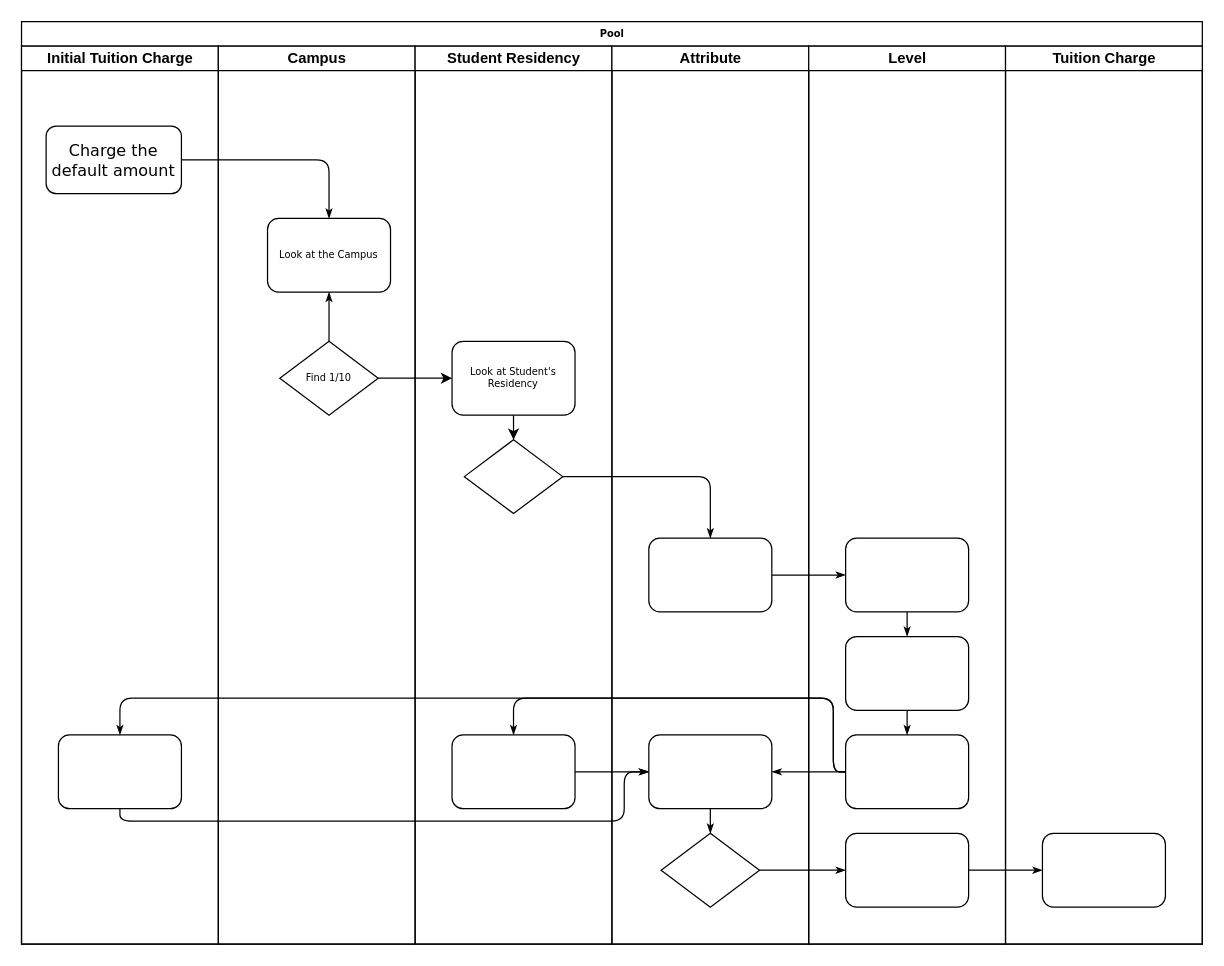
Before: Diagrams/Tuition Fees FlowChart.drawio in JoshuaKosakowsky/FRCC_jk, a draw.io diagram. Source tidied: cells renumbered, new cells numbered last; positions are measured from the earlier drawing's top-left corner, leaving out a move shared by most shapes. Both pictures are drawn from the tidied source at 123%, with x=0, y=0 at pixel (21, 21).
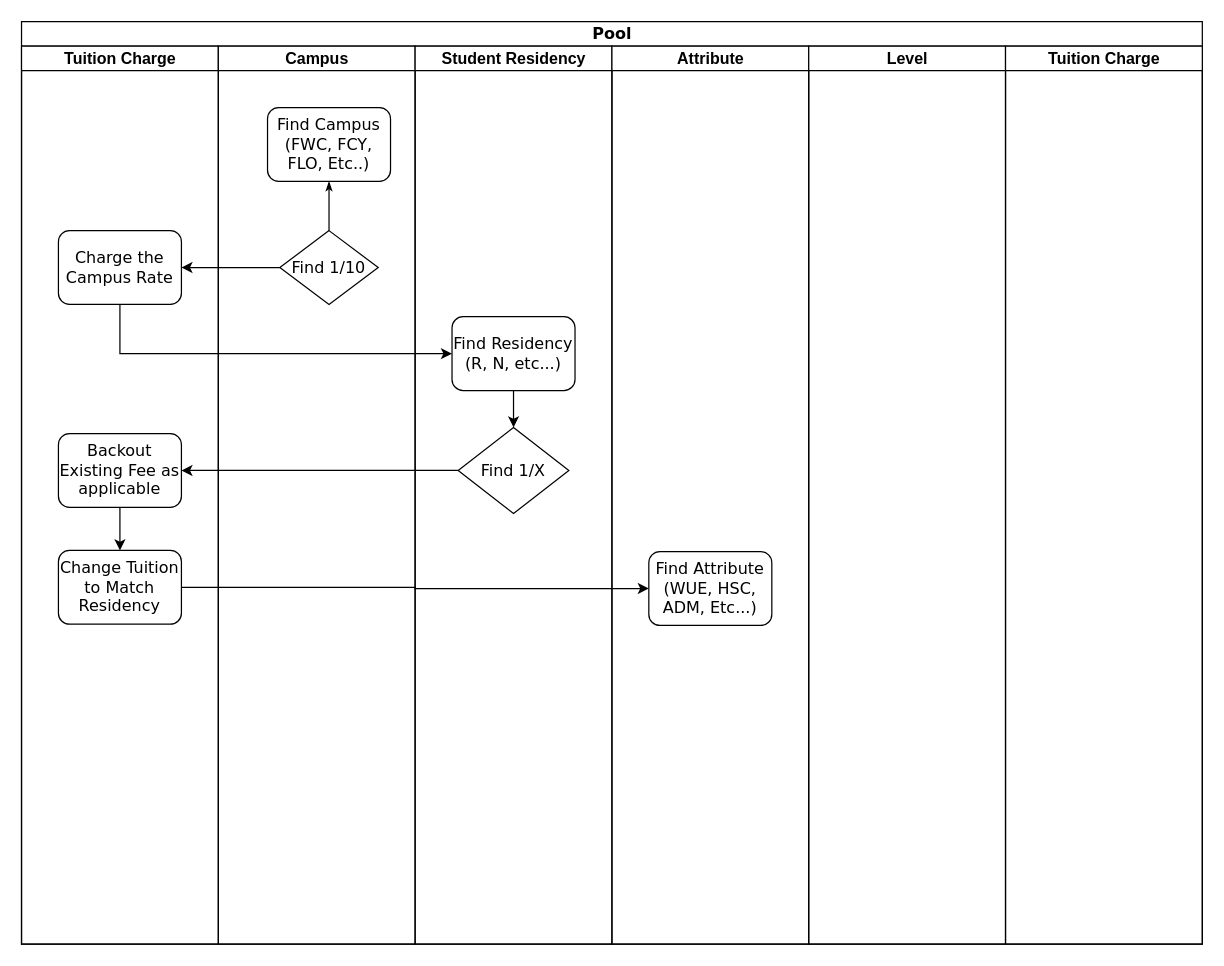
After the change.

Change to the diagram source:
```diff
@@
-    <mxCell id="2" value="Pool" style="swimlane;html=1;startSize=20;rounded=0;shadow=0;labelBackgroundColor=none;strokeWidth=1;fontFamily=Verdana;fontSize=8;align=center;" parent="1" vertex="1">
+    <mxCell id="2" value="Pool" style="swimlane;html=1;startSize=20;rounded=0;shadow=0;labelBackgroundColor=none;strokeWidth=1;fontFamily=Verdana;fontSize=13;align=center;" parent="1" vertex="1">
       <mxGeometry width="960" height="750" as="geometry" />
     </mxCell>
-    <mxCell id="3" value="Initial Tuition Charge" style="swimlane;html=1;startSize=20;" parent="2" vertex="1">
+    <mxCell id="3" value="Tuition Charge" style="swimlane;html=1;startSize=20;fontSize=13;" parent="2" vertex="1">
       <mxGeometry y="20" width="160" height="730" as="geometry" />
     </mxCell>
-    <mxCell id="4" value="&lt;font style=&quot;font-size: 13px;&quot;&gt;Charge the default amount&lt;/font&gt;" style="rounded=1;whiteSpace=wrap;html=1;shadow=0;labelBackgroundColor=none;strokeWidth=1;fontFamily=Verdana;fontSize=8;align=center;" parent="3" vertex="1">
-      <mxGeometry x="20" y="65" width="110" height="55" as="geometry" />
-    </mxCell>
-    <mxCell id="5" style="rounded=1;whiteSpace=wrap;html=1;shadow=0;labelBackgroundColor=none;strokeWidth=1;fontFamily=Verdana;fontSize=8;align=center;" parent="3" vertex="1">
-      <mxGeometry x="30" y="560" width="100" height="60" as="geometry" />
-    </mxCell>
-    <mxCell id="6" style="edgeStyle=orthogonalEdgeStyle;rounded=1;html=1;labelBackgroundColor=none;startArrow=none;startFill=0;startSize=5;endArrow=classicThin;endFill=1;endSize=5;jettySize=auto;strokeWidth=1;fontFamily=Verdana;fontSize=8;" parent="2" edge="1" source="26" target="32">
-      <mxGeometry relative="1" as="geometry" />
-    </mxCell>
-    <mxCell id="7" style="edgeStyle=orthogonalEdgeStyle;rounded=1;html=1;labelBackgroundColor=none;startArrow=none;startFill=0;startSize=5;endArrow=classicThin;endFill=1;endSize=5;jettySize=auto;strokeWidth=1;fontFamily=Verdana;fontSize=8;" parent="2" edge="1" source="32" target="36">
-      <mxGeometry relative="1" as="geometry" />
-    </mxCell>
-    <mxCell id="8" style="edgeStyle=orthogonalEdgeStyle;rounded=1;html=1;labelBackgroundColor=none;startArrow=none;startFill=0;startSize=5;endArrow=classicThin;endFill=1;endSize=5;jettySize=auto;strokeWidth=1;fontFamily=Verdana;fontSize=8;" parent="2" edge="1" source="24" target="29">
-      <mxGeometry relative="1" as="geometry" />
-    </mxCell>
-    <mxCell id="9" style="edgeStyle=orthogonalEdgeStyle;rounded=1;html=1;labelBackgroundColor=none;startArrow=none;startFill=0;startSize=5;endArrow=classicThin;endFill=1;endSize=5;jettySize=auto;strokeWidth=1;fontFamily=Verdana;fontSize=8;" parent="2" edge="1" source="31" target="21">
-      <mxGeometry relative="1" as="geometry">
-        <Array as="points">
-          <mxPoint x="660" y="610" />
-          <mxPoint x="660" y="550" />
-          <mxPoint x="400" y="550" />
-        </Array>
-      </mxGeometry>
-    </mxCell>
-    <mxCell id="10" style="edgeStyle=orthogonalEdgeStyle;rounded=1;html=1;labelBackgroundColor=none;startArrow=none;startFill=0;startSize=5;endArrow=classicThin;endFill=1;endSize=5;jettySize=auto;strokeColor=#000000;strokeWidth=1;fontFamily=Verdana;fontSize=8;fontColor=#000000;" parent="2" edge="1" source="31" target="25">
-      <mxGeometry relative="1" as="geometry" />
-    </mxCell>
-    <mxCell id="11" style="edgeStyle=orthogonalEdgeStyle;rounded=1;html=1;labelBackgroundColor=none;startArrow=none;startFill=0;startSize=5;endArrow=classicThin;endFill=1;endSize=5;jettySize=auto;strokeWidth=1;fontFamily=Verdana;fontSize=8;" parent="2" edge="1" source="31" target="5">
-      <mxGeometry relative="1" as="geometry">
-        <Array as="points">
-          <mxPoint x="660" y="610" />
-          <mxPoint x="660" y="550" />
-          <mxPoint x="80" y="550" />
-        </Array>
-      </mxGeometry>
-    </mxCell>
-    <mxCell id="12" style="edgeStyle=orthogonalEdgeStyle;rounded=1;html=1;labelBackgroundColor=none;startArrow=none;startFill=0;startSize=5;endArrow=classicThin;endFill=1;endSize=5;jettySize=auto;strokeWidth=1;fontFamily=Verdana;fontSize=8;" parent="2" edge="1" source="5" target="25">
-      <mxGeometry relative="1" as="geometry">
-        <Array as="points">
-          <mxPoint x="80" y="650" />
-          <mxPoint x="490" y="650" />
-          <mxPoint x="490" y="610" />
-        </Array>
-      </mxGeometry>
-    </mxCell>
-    <mxCell id="13" style="edgeStyle=orthogonalEdgeStyle;rounded=1;html=1;labelBackgroundColor=none;startArrow=none;startFill=0;startSize=5;endArrow=classicThin;endFill=1;endSize=5;jettySize=auto;strokeWidth=1;fontFamily=Verdana;fontSize=8;" parent="2" edge="1" source="21" target="25">
-      <mxGeometry relative="1" as="geometry" />
-    </mxCell>
+    <mxCell id="40" value="Charge the Campus Rate" style="rounded=1;whiteSpace=wrap;html=1;shadow=0;labelBackgroundColor=none;strokeWidth=1;fontFamily=Verdana;fontSize=13;align=center;" parent="3" vertex="1">
+      <mxGeometry x="30" y="150" width="100" height="60" as="geometry" />
+    </mxCell>
+    <mxCell id="41" style="edgeStyle=orthogonalEdgeStyle;rounded=0;jettySize=auto;html=1;entryX=0.5;entryY=0;entryDx=0;entryDy=0;" parent="3" edge="1" source="24" target="42">
+      <mxGeometry relative="1" as="geometry" />
+    </mxCell>
+    <mxCell id="24" value="Backout Existing Fee as applicable" style="rounded=1;whiteSpace=wrap;html=1;shadow=0;labelBackgroundColor=none;strokeWidth=1;fontFamily=Verdana;fontSize=13;align=center;" parent="3" vertex="1">
+      <mxGeometry x="30" y="315" width="100" height="60" as="geometry" />
+    </mxCell>
+    <mxCell id="42" value="Change Tuition to Match Residency" style="rounded=1;whiteSpace=wrap;html=1;shadow=0;labelBackgroundColor=none;strokeWidth=1;fontFamily=Verdana;fontSize=13;align=center;" parent="3" vertex="1">
+      <mxGeometry x="30" y="410" width="100" height="60" as="geometry" />
+    </mxCell>
-    <mxCell id="14" value="Campus" style="swimlane;html=1;startSize=20;" parent="2" vertex="1">
+    <mxCell id="14" value="Campus" style="swimlane;html=1;startSize=20;fontSize=13;" parent="2" vertex="1">
       <mxGeometry x="160" y="20" width="160" height="730" as="geometry" />
     </mxCell>
-    <mxCell id="15" value="Look at the Campus" style="rounded=1;whiteSpace=wrap;html=1;shadow=0;labelBackgroundColor=none;strokeWidth=1;fontFamily=Verdana;fontSize=8;align=center;" parent="14" vertex="1">
-      <mxGeometry x="40" y="140" width="100" height="60" as="geometry" />
+    <mxCell id="15" value="Find Campus&lt;div&gt;(FWC, FCY, FLO, Etc..)&lt;/div&gt;" style="rounded=1;whiteSpace=wrap;html=1;shadow=0;labelBackgroundColor=none;strokeWidth=1;fontFamily=Verdana;fontSize=13;align=center;" parent="14" vertex="1">
+      <mxGeometry x="40" y="50" width="100" height="60" as="geometry" />
     </mxCell>
-    <mxCell id="16" value="Find 1/10" style="rhombus;whiteSpace=wrap;html=1;rounded=0;shadow=0;labelBackgroundColor=none;strokeWidth=1;fontFamily=Verdana;fontSize=8;align=center;" parent="14" vertex="1">
-      <mxGeometry x="50" y="240" width="80" height="60" as="geometry" />
+    <mxCell id="16" value="&lt;font&gt;Find 1/10&lt;/font&gt;" style="rhombus;whiteSpace=wrap;html=1;rounded=0;shadow=0;labelBackgroundColor=none;strokeWidth=1;fontFamily=Verdana;fontSize=13;align=center;" parent="14" vertex="1">
+      <mxGeometry x="50" y="150" width="80" height="60" as="geometry" />
     </mxCell>
-    <mxCell id="17" style="edgeStyle=orthogonalEdgeStyle;rounded=1;html=1;labelBackgroundColor=none;startArrow=none;startFill=0;startSize=5;endArrow=classicThin;endFill=1;endSize=5;jettySize=auto;strokeWidth=1;fontFamily=Verdana;fontSize=8;" parent="14" edge="1" source="16" target="15">
+    <mxCell id="17" style="edgeStyle=orthogonalEdgeStyle;rounded=1;html=1;labelBackgroundColor=none;startArrow=none;startFill=0;startSize=5;endArrow=classicThin;endFill=1;endSize=5;jettySize=auto;strokeWidth=1;fontFamily=Verdana;fontSize=13;" parent="14" edge="1" source="16" target="15">
       <mxGeometry relative="1" as="geometry" />
     </mxCell>
-    <mxCell id="18" value="Student Residency" style="swimlane;html=1;startSize=20;" parent="2" vertex="1">
+    <mxCell id="18" value="Student Residency" style="swimlane;html=1;startSize=20;fontSize=13;" parent="2" vertex="1">
       <mxGeometry x="320" y="20" width="160" height="730" as="geometry" />
     </mxCell>
-    <mxCell id="19" style="edgeStyle=orthogonalEdgeStyle;rounded=0;jettySize=auto;html=1;entryX=0.5;entryY=0;entryDx=0;entryDy=0;" parent="18" edge="1" source="20" target="22">
+    <mxCell id="19" style="edgeStyle=orthogonalEdgeStyle;rounded=0;jettySize=auto;html=1;entryX=0.5;entryY=0;entryDx=0;entryDy=0;fontSize=13;" parent="18" edge="1" source="20" target="22">
       <mxGeometry relative="1" as="geometry" />
     </mxCell>
-    <mxCell id="20" value="Look at Student's Residency" style="rounded=1;whiteSpace=wrap;html=1;shadow=0;labelBackgroundColor=none;strokeWidth=1;fontFamily=Verdana;fontSize=8;align=center;" parent="18" vertex="1">
-      <mxGeometry x="30" y="240" width="100" height="60" as="geometry" />
+    <mxCell id="20" value="Find Residency&lt;br&gt;(R, N, etc...)" style="rounded=1;whiteSpace=wrap;html=1;shadow=0;labelBackgroundColor=none;strokeWidth=1;fontFamily=Verdana;fontSize=13;align=center;" parent="18" vertex="1">
+      <mxGeometry x="30" y="220" width="100" height="60" as="geometry" />
     </mxCell>
-    <mxCell id="21" style="rounded=1;whiteSpace=wrap;html=1;shadow=0;labelBackgroundColor=none;strokeWidth=1;fontFamily=Verdana;fontSize=8;align=center;" parent="18" vertex="1">
-      <mxGeometry x="30" y="560" width="100" height="60" as="geometry" />
-    </mxCell>
-    <mxCell id="22" style="rhombus;whiteSpace=wrap;html=1;rounded=0;shadow=0;labelBackgroundColor=none;strokeWidth=1;fontFamily=Verdana;fontSize=8;align=center;" parent="18" vertex="1">
-      <mxGeometry x="40" y="320" width="80" height="60" as="geometry" />
+    <mxCell id="22" value="Find 1/X" style="rhombus;whiteSpace=wrap;html=1;rounded=0;shadow=0;labelBackgroundColor=none;strokeWidth=1;fontFamily=Verdana;fontSize=13;align=center;" parent="18" vertex="1">
+      <mxGeometry x="35" y="310" width="90" height="70" as="geometry" />
     </mxCell>
-    <mxCell id="23" value="Attribute" style="swimlane;html=1;startSize=20;" parent="2" vertex="1">
+    <mxCell id="23" value="Attribute" style="swimlane;html=1;startSize=20;fontSize=13;" parent="2" vertex="1">
       <mxGeometry x="480" y="20" width="160" height="730" as="geometry" />
     </mxCell>
-    <mxCell id="24" style="rounded=1;whiteSpace=wrap;html=1;shadow=0;labelBackgroundColor=none;strokeWidth=1;fontFamily=Verdana;fontSize=8;align=center;" parent="23" vertex="1">
-      <mxGeometry x="30" y="400" width="100" height="60" as="geometry" />
-    </mxCell>
-    <mxCell id="25" style="rounded=1;whiteSpace=wrap;html=1;shadow=0;labelBackgroundColor=none;strokeWidth=1;fontFamily=Verdana;fontSize=8;align=center;" parent="23" vertex="1">
-      <mxGeometry x="30" y="560" width="100" height="60" as="geometry" />
-    </mxCell>
-    <mxCell id="26" style="rhombus;whiteSpace=wrap;html=1;rounded=0;shadow=0;labelBackgroundColor=none;strokeWidth=1;fontFamily=Verdana;fontSize=8;align=center;" parent="23" vertex="1">
-      <mxGeometry x="40" y="640" width="80" height="60" as="geometry" />
-    </mxCell>
-    <mxCell id="27" style="edgeStyle=orthogonalEdgeStyle;rounded=1;html=1;labelBackgroundColor=none;startArrow=none;startFill=0;startSize=5;endArrow=classicThin;endFill=1;endSize=5;jettySize=auto;strokeWidth=1;fontFamily=Verdana;fontSize=8;" parent="23" edge="1" source="25" target="26">
-      <mxGeometry relative="1" as="geometry" />
-    </mxCell>
+    <mxCell id="29" value="Find Attribute&lt;br&gt;(WUE, HSC, ADM, Etc...)" style="rounded=1;whiteSpace=wrap;html=1;shadow=0;labelBackgroundColor=none;strokeWidth=1;fontFamily=Verdana;fontSize=13;align=center;" parent="23" vertex="1">
+      <mxGeometry x="30" y="411" width="100" height="60" as="geometry" />
+    </mxCell>
-    <mxCell id="28" value="Level" style="swimlane;html=1;startSize=20;" parent="2" vertex="1">
+    <mxCell id="28" value="Level" style="swimlane;html=1;startSize=20;fontSize=13;" parent="2" vertex="1">
       <mxGeometry x="640" y="20" width="160" height="730" as="geometry" />
     </mxCell>
-    <mxCell id="29" style="rounded=1;whiteSpace=wrap;html=1;shadow=0;labelBackgroundColor=none;strokeWidth=1;fontFamily=Verdana;fontSize=8;align=center;" parent="28" vertex="1">
-      <mxGeometry x="30" y="400" width="100" height="60" as="geometry" />
-    </mxCell>
-    <mxCell id="30" style="rounded=1;whiteSpace=wrap;html=1;shadow=0;labelBackgroundColor=none;strokeWidth=1;fontFamily=Verdana;fontSize=8;align=center;" parent="28" vertex="1">
-      <mxGeometry x="30" y="480" width="100" height="60" as="geometry" />
-    </mxCell>
-    <mxCell id="31" style="rounded=1;whiteSpace=wrap;html=1;shadow=0;labelBackgroundColor=none;strokeWidth=1;fontFamily=Verdana;fontSize=8;align=center;" parent="28" vertex="1">
-      <mxGeometry x="30" y="560" width="100" height="60" as="geometry" />
-    </mxCell>
-    <mxCell id="32" style="rounded=1;whiteSpace=wrap;html=1;shadow=0;labelBackgroundColor=none;strokeWidth=1;fontFamily=Verdana;fontSize=8;align=center;" parent="28" vertex="1">
-      <mxGeometry x="30" y="640" width="100" height="60" as="geometry" />
-    </mxCell>
-    <mxCell id="33" style="edgeStyle=orthogonalEdgeStyle;rounded=1;html=1;labelBackgroundColor=none;startArrow=none;startFill=0;startSize=5;endArrow=classicThin;endFill=1;endSize=5;jettySize=auto;strokeWidth=1;fontFamily=Verdana;fontSize=8;" parent="28" edge="1" source="29" target="30">
-      <mxGeometry relative="1" as="geometry" />
-    </mxCell>
-    <mxCell id="34" style="edgeStyle=orthogonalEdgeStyle;rounded=1;html=1;labelBackgroundColor=none;startArrow=none;startFill=0;startSize=5;endArrow=classicThin;endFill=1;endSize=5;jettySize=auto;strokeWidth=1;fontFamily=Verdana;fontSize=8;" parent="28" edge="1" source="30" target="31">
-      <mxGeometry relative="1" as="geometry" />
-    </mxCell>
-    <mxCell id="35" value="Tuition Charge" style="swimlane;html=1;startSize=20;" parent="2" vertex="1">
+    <mxCell id="35" value="Tuition Charge" style="swimlane;html=1;startSize=20;fontSize=13;" parent="2" vertex="1">
       <mxGeometry x="800" y="20" width="160" height="730" as="geometry" />
     </mxCell>
-    <mxCell id="36" style="rounded=1;whiteSpace=wrap;html=1;shadow=0;labelBackgroundColor=none;strokeWidth=1;fontFamily=Verdana;fontSize=8;align=center;" parent="35" vertex="1">
-      <mxGeometry x="30" y="640" width="100" height="60" as="geometry" />
-    </mxCell>
-    <mxCell id="37" style="edgeStyle=orthogonalEdgeStyle;rounded=1;html=1;labelBackgroundColor=none;startArrow=none;startFill=0;startSize=5;endArrow=classicThin;endFill=1;endSize=5;jettySize=auto;strokeWidth=1;fontFamily=Verdana;fontSize=8;entryX=0.5;entryY=0;entryDx=0;entryDy=0;" parent="2" edge="1" source="4" target="15">
-      <mxGeometry relative="1" as="geometry" />
-    </mxCell>
-    <mxCell id="38" style="edgeStyle=orthogonalEdgeStyle;rounded=0;jettySize=auto;html=1;entryX=0;entryY=0.5;entryDx=0;entryDy=0;" parent="2" edge="1" source="16" target="20">
-      <mxGeometry relative="1" as="geometry" />
-    </mxCell>
+    <mxCell id="43" style="edgeStyle=orthogonalEdgeStyle;rounded=0;jettySize=auto;html=1;entryX=1;entryY=0.5;entryDx=0;entryDy=0;" parent="2" edge="1" source="16" target="40">
+      <mxGeometry relative="1" as="geometry" />
+    </mxCell>
+    <mxCell id="44" style="edgeStyle=orthogonalEdgeStyle;rounded=0;jettySize=auto;html=1;entryX=0;entryY=0.5;entryDx=0;entryDy=0;" parent="2" edge="1" source="40" target="20">
+      <mxGeometry relative="1" as="geometry">
+        <Array as="points">
+          <mxPoint x="80" y="270" />
+        </Array>
+      </mxGeometry>
+    </mxCell>
-    <mxCell id="39" style="edgeStyle=orthogonalEdgeStyle;rounded=1;html=1;labelBackgroundColor=none;startArrow=none;startFill=0;startSize=5;endArrow=classicThin;endFill=1;endSize=5;jettySize=auto;strokeWidth=1;fontFamily=Verdana;fontSize=8;" parent="2" edge="1" source="22" target="24">
+    <mxCell id="39" style="edgeStyle=orthogonalEdgeStyle;rounded=0;jettySize=auto;html=1;entryX=1;entryY=0.5;entryDx=0;entryDy=0;" parent="2" edge="1" source="22" target="24">
       <mxGeometry relative="1" as="geometry" />
     </mxCell>
+    <mxCell id="45" style="edgeStyle=orthogonalEdgeStyle;rounded=0;jettySize=auto;html=1;entryX=0;entryY=0.5;entryDx=0;entryDy=0;" parent="2" edge="1" source="42" target="29">
+      <mxGeometry relative="1" as="geometry" />
+    </mxCell>
```
